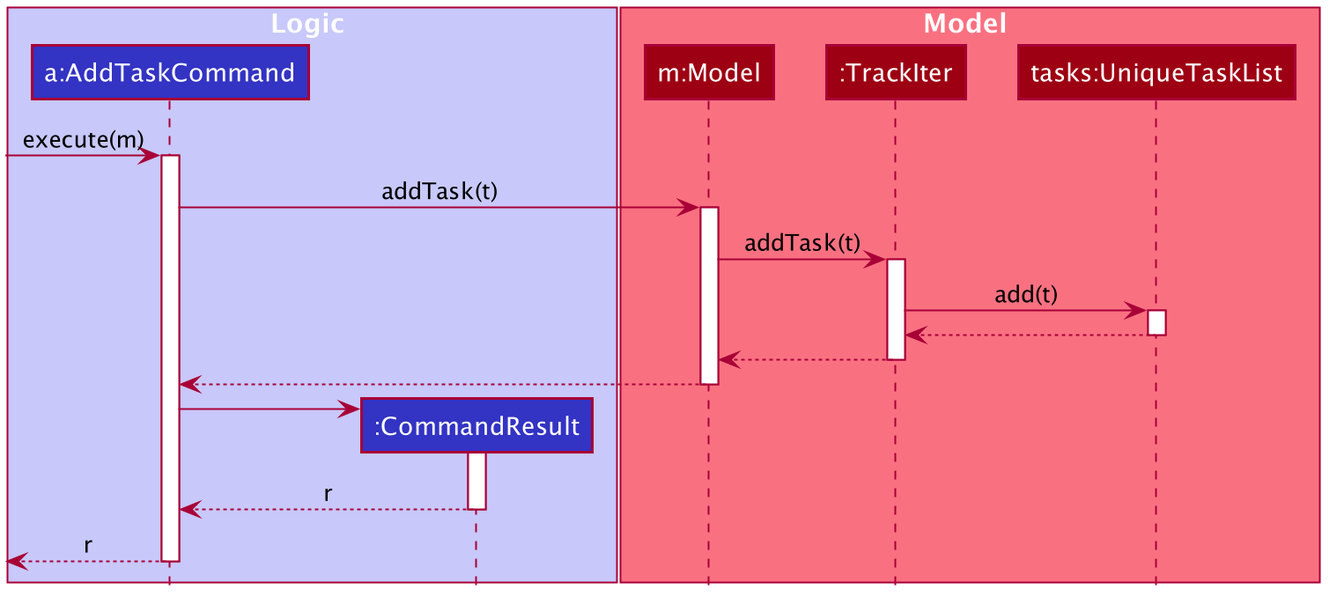
The PlantUML diagram docs/images/AddTaskSequenceDiagram.png in simonteozw/tp, before a commit.
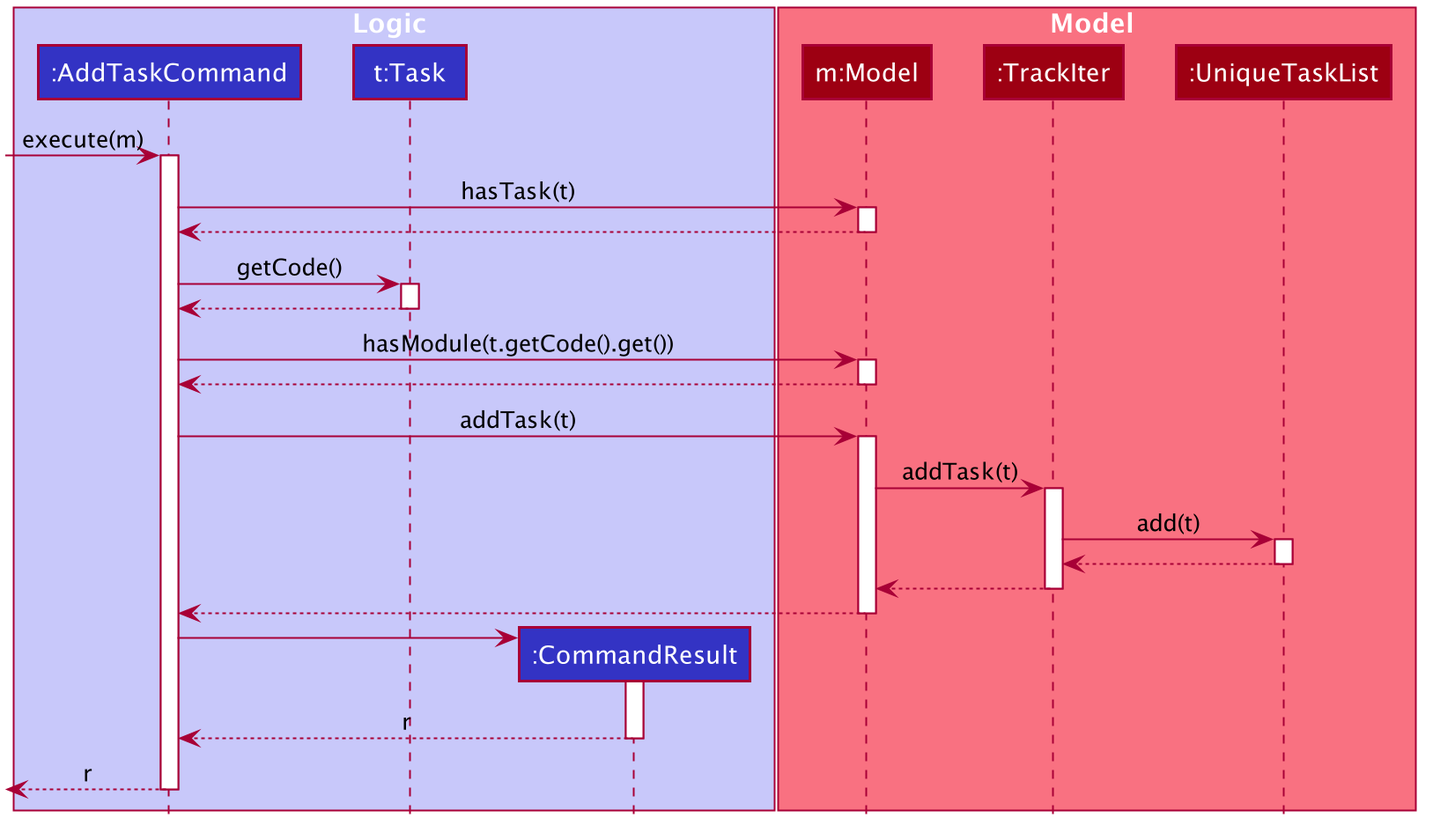
Later version of the same file.

What changed in the source:
```diff
@@ -49,18 +49,37 @@
 hide circle
 
 box Logic #C8C8FA
-participant "a:AddTaskCommand" as AddTaskCommand #3333C4
+participant ":AddTaskCommand" as AddTaskCommand #3333C4
+participant "t:Task" as task #3333C4
 participant ":CommandResult" as CommandResult #3333C4
 end box
 
 box Model #F97181
 participant "m:Model" as Model #9D0012
 participant ":TrackIter" as TrackIter #9D0012
-participant "tasks:UniqueTaskList" as UniqueTaskList #9D0012
+participant ":UniqueTaskList" as UniqueTaskList #9D0012
 end box
 
 [-> AddTaskCommand : execute(m)
 activate AddTaskCommand
+
+AddTaskCommand -> Model : hasTask(t)
+activate Model
+
+Model --> AddTaskCommand
+deactivate Model
+
+AddTaskCommand -> task : getCode()
+activate task
+
+task --> AddTaskCommand
+deactivate task
+
+AddTaskCommand -> Model : hasModule(t.getCode().get())
+activate Model
+
+Model --> AddTaskCommand
+deactivate Model
 
 AddTaskCommand -> Model : addTask(t)
 activate Model
@@ -90,6 +109,4 @@
 [<--AddTaskCommand : r
 deactivate AddTaskCommand
 
-
-
 @enduml
```
